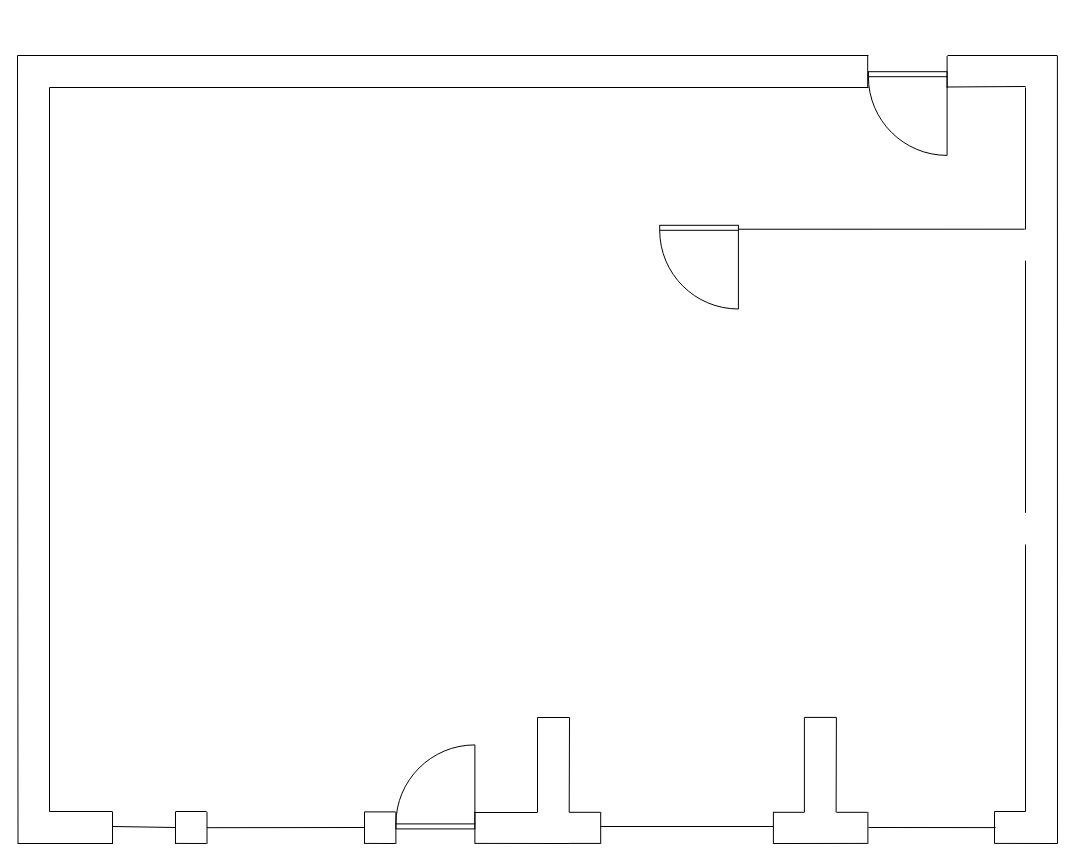
Before: Flat.drawio in Pino-Tortellino/Implementation-Schemes, a draw.io diagram. Source tidied: cells renumbered, new cells numbered last; positions are measured from the earlier drawing's top-left corner, leaving out a move shared by most shapes. Both pictures are drawn from the tidied source at 100%, with x=0, y=0 at pixel (17, 55).
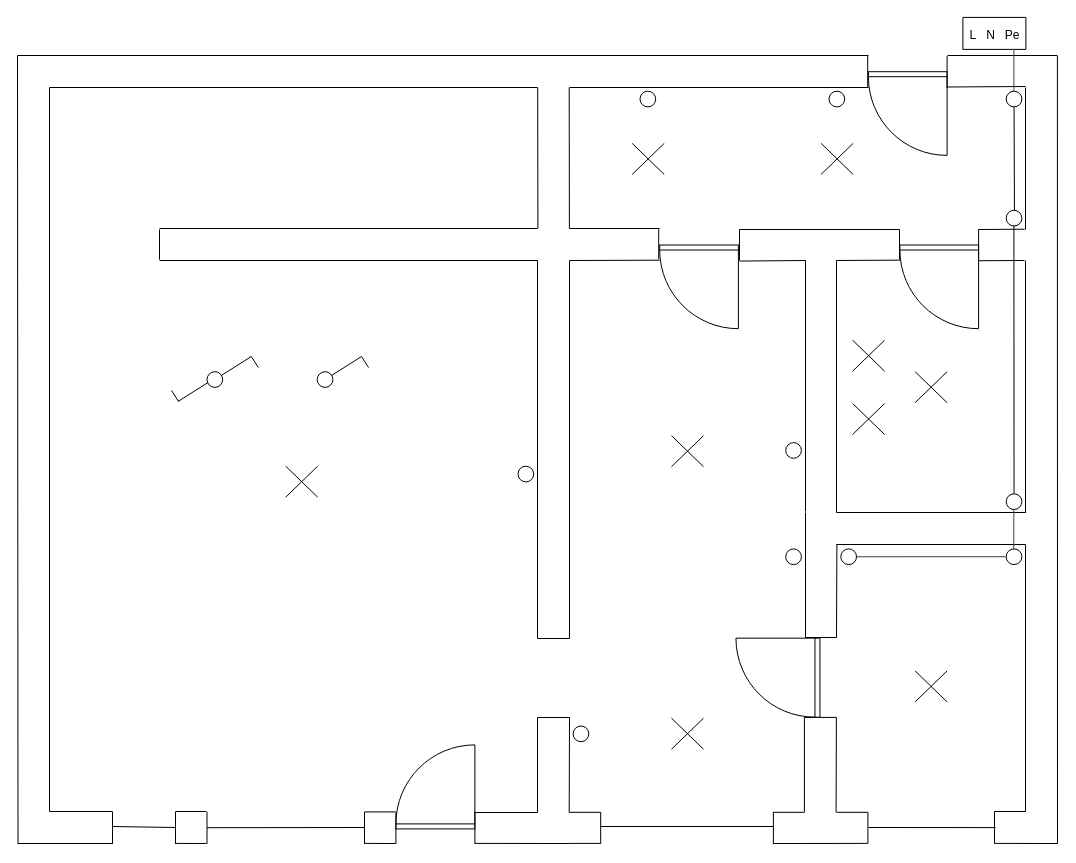
After the change.

The edit, as a diff of the source:
```diff
@@
     <mxCell id="2" style="endArrow=none;html=1;rounded=0;" parent="1" edge="1">
       <mxGeometry relative="1" as="geometry">
         <mxPoint x="851" y="32" as="sourcePoint" />
-        <mxPoint x="32" y="32" as="targetPoint" />
+        <mxPoint x="552" y="32" as="targetPoint" />
       </mxGeometry>
     </mxCell>
@@
-    <mxCell id="43" style="endArrow=none;html=1;rounded=0;exitX=1;exitY=0.047;exitDx=0;exitDy=0;exitPerimeter=0;" parent="1" edge="1" source="44">
-      <mxGeometry relative="1" as="geometry">
-        <mxPoint x="1007.2" y="173.7" as="targetPoint" />
-      </mxGeometry>
-    </mxCell>
     <mxCell id="44" style="verticalLabelPosition=bottom;html=1;verticalAlign=top;align=center;shape=mxgraph.floorplan.doorRight;" parent="1" vertex="1">
-      <mxGeometry x="642.2" y="169.8" width="78.7" height="83.7" as="geometry" />
+      <mxGeometry x="642.2" y="189.5" width="78.7" height="83.7" as="geometry" />
     </mxCell>
@@
+    <mxCell id="53" style="endArrow=none;html=1;rounded=0;exitX=1;exitY=0.047;exitDx=0;exitDy=0;exitPerimeter=0;" parent="1" edge="1">
+      <mxGeometry relative="1" as="geometry">
+        <mxPoint x="722" y="174" as="sourcePoint" />
+        <mxPoint x="882" y="174" as="targetPoint" />
+      </mxGeometry>
+    </mxCell>
+    <mxCell id="54" style="endArrow=none;html=1;rounded=0;" parent="1" edge="1">
+      <mxGeometry relative="1" as="geometry">
+        <mxPoint x="722" y="205" as="sourcePoint" />
+        <mxPoint x="722" y="174" as="targetPoint" />
+      </mxGeometry>
+    </mxCell>
+    <mxCell id="55" style="endArrow=none;html=1;rounded=0;exitX=-0.004;exitY=0.172;exitDx=0;exitDy=0;exitPerimeter=0;" parent="1" edge="1" source="58">
+      <mxGeometry relative="1" as="geometry">
+        <mxPoint x="788" y="457" as="targetPoint" />
+      </mxGeometry>
+    </mxCell>
+    <mxCell id="56" style="endArrow=none;html=1;rounded=0;" parent="1" edge="1">
+      <mxGeometry relative="1" as="geometry">
+        <mxPoint x="819" y="489" as="sourcePoint" />
+        <mxPoint x="1008" y="489" as="targetPoint" />
+      </mxGeometry>
+    </mxCell>
+    <mxCell id="57" style="endArrow=none;html=1;rounded=0;" parent="1" edge="1">
+      <mxGeometry relative="1" as="geometry">
+        <mxPoint x="819" y="582" as="sourcePoint" />
+        <mxPoint x="819.4" y="488.7" as="targetPoint" />
+      </mxGeometry>
+    </mxCell>
+    <mxCell id="58" style="verticalLabelPosition=bottom;html=1;verticalAlign=top;align=center;shape=mxgraph.floorplan.doorLeft;rotation=90;" parent="1" vertex="1">
+      <mxGeometry x="721" y="580.2" width="79" height="83.9" as="geometry" />
+    </mxCell>
+    <mxCell id="59" style="endArrow=none;html=1;rounded=0;" parent="1" edge="1">
+      <mxGeometry relative="1" as="geometry">
+        <mxPoint x="788" y="582" as="sourcePoint" />
+        <mxPoint x="819" y="582" as="targetPoint" />
+      </mxGeometry>
+    </mxCell>
+    <mxCell id="60" style="endArrow=none;html=1;rounded=0;" parent="1" edge="1">
+      <mxGeometry relative="1" as="geometry">
+        <mxPoint x="819" y="457" as="sourcePoint" />
+        <mxPoint x="1008" y="457" as="targetPoint" />
+      </mxGeometry>
+    </mxCell>
+    <mxCell id="61" style="endArrow=none;html=1;rounded=0;" parent="1" edge="1">
+      <mxGeometry relative="1" as="geometry">
+        <mxPoint x="788" y="456" as="sourcePoint" />
+        <mxPoint x="788" y="205" as="targetPoint" />
+      </mxGeometry>
+    </mxCell>
+    <mxCell id="62" style="endArrow=none;html=1;rounded=0;" parent="1" edge="1">
+      <mxGeometry relative="1" as="geometry">
+        <mxPoint x="819" y="457" as="sourcePoint" />
+        <mxPoint x="819" y="205" as="targetPoint" />
+      </mxGeometry>
+    </mxCell>
+    <mxCell id="63" style="endArrow=none;html=1;rounded=0;exitX=1.014;exitY=0.192;exitDx=0;exitDy=0;exitPerimeter=0;" parent="1" edge="1" source="44">
+      <mxGeometry relative="1" as="geometry">
+        <mxPoint x="788" y="205" as="targetPoint" />
+      </mxGeometry>
+    </mxCell>
+    <mxCell id="64" style="endArrow=none;html=1;rounded=0;" parent="1" edge="1">
+      <mxGeometry relative="1" as="geometry">
+        <mxPoint x="961" y="174" as="sourcePoint" />
+        <mxPoint x="1007.2" y="173.7" as="targetPoint" />
+      </mxGeometry>
+    </mxCell>
+    <mxCell id="65" style="verticalLabelPosition=bottom;html=1;verticalAlign=top;align=center;shape=mxgraph.floorplan.doorRight;" parent="1" vertex="1">
+      <mxGeometry x="882.4" y="189.5" width="78.7" height="83.7" as="geometry" />
+    </mxCell>
+    <mxCell id="66" style="endArrow=none;html=1;rounded=0;exitX=1.002;exitY=0.188;exitDx=0;exitDy=0;exitPerimeter=0;" parent="1" edge="1" source="65">
+      <mxGeometry relative="1" as="geometry">
+        <mxPoint x="1007" y="205" as="targetPoint" />
+      </mxGeometry>
+    </mxCell>
+    <mxCell id="67" style="endArrow=none;html=1;rounded=0;entryX=0.004;entryY=0.181;entryDx=0;entryDy=0;entryPerimeter=0;" parent="1" edge="1" target="65">
+      <mxGeometry relative="1" as="geometry">
+        <mxPoint x="819" y="205" as="sourcePoint" />
+      </mxGeometry>
+    </mxCell>
+    <mxCell id="68" style="endArrow=none;html=1;rounded=0;" parent="1" edge="1">
+      <mxGeometry relative="1" as="geometry">
+        <mxPoint x="882" y="204" as="sourcePoint" />
+        <mxPoint x="882" y="174" as="targetPoint" />
+      </mxGeometry>
+    </mxCell>
+    <mxCell id="69" style="endArrow=none;html=1;rounded=0;" parent="1" edge="1">
+      <mxGeometry relative="1" as="geometry">
+        <mxPoint x="961.1" y="203.7" as="sourcePoint" />
+        <mxPoint x="961.1" y="173.7" as="targetPoint" />
+      </mxGeometry>
+    </mxCell>
+    <mxCell id="70" style="endArrow=none;html=1;rounded=0;" parent="1" edge="1">
+      <mxGeometry relative="1" as="geometry">
+        <mxPoint x="520" y="583" as="sourcePoint" />
+        <mxPoint x="520" y="205" as="targetPoint" />
+      </mxGeometry>
+    </mxCell>
+    <mxCell id="71" style="endArrow=none;html=1;rounded=0;" parent="1" edge="1">
+      <mxGeometry relative="1" as="geometry">
+        <mxPoint x="552" y="583" as="sourcePoint" />
+        <mxPoint x="552" y="205" as="targetPoint" />
+      </mxGeometry>
+    </mxCell>
+    <mxCell id="72" style="endArrow=none;html=1;rounded=0;" parent="1" edge="1">
+      <mxGeometry relative="1" as="geometry">
+        <mxPoint x="142" y="205" as="sourcePoint" />
+        <mxPoint x="520" y="205" as="targetPoint" />
+      </mxGeometry>
+    </mxCell>
+    <mxCell id="73" style="endArrow=none;html=1;rounded=0;entryX=0.004;entryY=0.181;entryDx=0;entryDy=0;entryPerimeter=0;" parent="1" edge="1">
+      <mxGeometry relative="1" as="geometry">
+        <mxPoint x="552" y="205" as="sourcePoint" />
+        <mxPoint x="642.2" y="204.7" as="targetPoint" />
+      </mxGeometry>
+    </mxCell>
+    <mxCell id="74" style="endArrow=none;html=1;rounded=0;" parent="1" edge="1">
+      <mxGeometry relative="1" as="geometry">
+        <mxPoint x="641.2" y="203.7" as="sourcePoint" />
+        <mxPoint x="641.2" y="173.7" as="targetPoint" />
+      </mxGeometry>
+    </mxCell>
+    <mxCell id="75" style="endArrow=none;html=1;rounded=0;" parent="1" edge="1">
+      <mxGeometry relative="1" as="geometry">
+        <mxPoint x="520" y="583" as="sourcePoint" />
+        <mxPoint x="552" y="583" as="targetPoint" />
+      </mxGeometry>
+    </mxCell>
+    <mxCell id="76" style="endArrow=none;html=1;rounded=0;" parent="1" edge="1">
+      <mxGeometry relative="1" as="geometry">
+        <mxPoint x="142" y="204" as="sourcePoint" />
+        <mxPoint x="142" y="174" as="targetPoint" />
+      </mxGeometry>
+    </mxCell>
+    <mxCell id="77" style="endArrow=none;html=1;rounded=0;" parent="1" edge="1">
+      <mxGeometry relative="1" as="geometry">
+        <mxPoint x="142" y="173" as="sourcePoint" />
+        <mxPoint x="520" y="173" as="targetPoint" />
+      </mxGeometry>
+    </mxCell>
+    <mxCell id="78" style="endArrow=none;html=1;rounded=0;" parent="1" edge="1">
+      <mxGeometry relative="1" as="geometry">
+        <mxPoint x="551.9" y="173" as="sourcePoint" />
+        <mxPoint x="551.7" y="32" as="targetPoint" />
+      </mxGeometry>
+    </mxCell>
+    <mxCell id="79" style="endArrow=none;html=1;rounded=0;" parent="1" edge="1">
+      <mxGeometry relative="1" as="geometry">
+        <mxPoint x="520.4" y="173" as="sourcePoint" />
+        <mxPoint x="520.2" y="32" as="targetPoint" />
+      </mxGeometry>
+    </mxCell>
+    <mxCell id="80" style="endArrow=none;html=1;rounded=0;" parent="1" edge="1">
+      <mxGeometry relative="1" as="geometry">
+        <mxPoint x="552" y="173" as="sourcePoint" />
+        <mxPoint x="642" y="173" as="targetPoint" />
+      </mxGeometry>
+    </mxCell>
+    <mxCell id="81" style="endArrow=none;html=1;rounded=0;" parent="1" edge="1">
+      <mxGeometry relative="1" as="geometry">
+        <mxPoint x="520" y="32" as="sourcePoint" />
+        <mxPoint x="32" y="32" as="targetPoint" />
+      </mxGeometry>
+    </mxCell>
+    <mxCell id="82" style="endArrow=none;html=1;rounded=0;" parent="1" edge="1">
+      <mxGeometry relative="1" as="geometry">
+        <mxPoint x="945.4" y="-38.1" as="sourcePoint" />
+        <mxPoint x="1008.4" y="-38.1" as="targetPoint" />
+      </mxGeometry>
+    </mxCell>
+    <mxCell id="83" style="endArrow=none;html=1;rounded=0;" parent="1" edge="1">
+      <mxGeometry relative="1" as="geometry">
+        <mxPoint x="945.4" y="-6.1" as="sourcePoint" />
+        <mxPoint x="1008.4" y="-6.1" as="targetPoint" />
+      </mxGeometry>
+    </mxCell>
+    <mxCell id="84" style="endArrow=none;html=1;rounded=0;" parent="1" edge="1">
+      <mxGeometry relative="1" as="geometry">
+        <mxPoint x="945.4" y="-6.1" as="sourcePoint" />
+        <mxPoint x="945.4" y="-38.1" as="targetPoint" />
+      </mxGeometry>
+    </mxCell>
+    <mxCell id="85" style="endArrow=none;html=1;rounded=0;" parent="1" edge="1">
+      <mxGeometry relative="1" as="geometry">
+        <mxPoint x="1008.4" y="-6.1" as="sourcePoint" />
+        <mxPoint x="1008.4" y="-38.1" as="targetPoint" />
+      </mxGeometry>
+    </mxCell>
+    <mxCell id="86" value="L&amp;nbsp; &amp;nbsp;N&amp;nbsp; &amp;nbsp;Pe" style="text;html=1;align=center;verticalAlign=middle;strokeColor=none;fillColor=none;" parent="1" vertex="1">
+      <mxGeometry x="941.2" y="-34.2" width="70.9" height="27.6" as="geometry" />
+    </mxCell>
+    <mxCell id="87" style="endArrow=none;html=1;rounded=0;fillColor=#647687;strokeColor=#314354;" parent="1" edge="1">
+      <mxGeometry relative="1" as="geometry">
+        <mxPoint x="996.4" y="40.4" as="sourcePoint" />
+        <mxPoint x="996.4" y="-6.6" as="targetPoint" />
+      </mxGeometry>
+    </mxCell>
+    <mxCell id="88" style="ellipse;whiteSpace=wrap;html=1;" parent="1" vertex="1">
+      <mxGeometry x="988.7" y="35.7" width="15.7" height="15.7" as="geometry" />
+    </mxCell>
+    <mxCell id="89" style="endArrow=none;html=1;rounded=0;entryX=0.5;entryY=1;entryDx=0;entryDy=0;" parent="1" edge="1" target="88">
+      <mxGeometry relative="1" as="geometry">
+        <mxPoint x="997" y="167" as="sourcePoint" />
+      </mxGeometry>
+    </mxCell>
+    <mxCell id="90" style="ellipse;whiteSpace=wrap;html=1;" parent="1" vertex="1">
+      <mxGeometry x="988.7" y="154.8" width="15.7" height="15.7" as="geometry" />
+    </mxCell>
+    <mxCell id="91" style="endArrow=none;html=1;rounded=0;" parent="1" edge="1" source="93">
+      <mxGeometry relative="1" as="geometry">
+        <mxPoint x="996.4" y="170.5" as="targetPoint" />
+      </mxGeometry>
+    </mxCell>
+    <mxCell id="92" style="endArrow=none;html=1;rounded=0;" parent="1" edge="1" target="93">
+      <mxGeometry relative="1" as="geometry">
+        <mxPoint x="996" y="446" as="sourcePoint" />
+      </mxGeometry>
+    </mxCell>
+    <mxCell id="93" style="ellipse;whiteSpace=wrap;html=1;" parent="1" vertex="1">
+      <mxGeometry x="988.7" y="438.3" width="15.7" height="15.7" as="geometry" />
+    </mxCell>
+    <mxCell id="94" style="endArrow=none;html=1;rounded=0;fillColor=#647687;strokeColor=#314354;" parent="1" edge="1">
+      <mxGeometry relative="1" as="geometry">
+        <mxPoint x="996.3" y="501" as="sourcePoint" />
+        <mxPoint x="996.3" y="454" as="targetPoint" />
+      </mxGeometry>
+    </mxCell>
+    <mxCell id="95" style="ellipse;whiteSpace=wrap;html=1;" parent="1" vertex="1">
+      <mxGeometry x="988.7" y="493.4" width="15.7" height="15.7" as="geometry" />
+    </mxCell>
+    <mxCell id="96" style="endArrow=none;html=1;rounded=0;fillColor=#647687;strokeColor=#314354;" parent="1" edge="1" source="98">
+      <mxGeometry relative="1" as="geometry">
+        <mxPoint x="988.1" y="501.2" as="targetPoint" />
+      </mxGeometry>
+    </mxCell>
+    <mxCell id="97" style="endArrow=none;html=1;rounded=0;fillColor=#647687;strokeColor=#314354;" parent="1" edge="1" target="98">
+      <mxGeometry relative="1" as="geometry">
+        <mxPoint x="827" y="501" as="sourcePoint" />
+      </mxGeometry>
+    </mxCell>
+    <mxCell id="98" style="ellipse;whiteSpace=wrap;html=1;" parent="1" vertex="1">
+      <mxGeometry x="823.3" y="493.4" width="15.7" height="15.7" as="geometry" />
+    </mxCell>
+    <mxCell id="99" style="endArrow=none;html=1;rounded=0;" parent="1" edge="1">
+      <mxGeometry relative="1" as="geometry">
+        <mxPoint x="897.6" y="646.4" as="sourcePoint" />
+        <mxPoint x="929.6" y="615.4" as="targetPoint" />
+      </mxGeometry>
+    </mxCell>
+    <mxCell id="100" style="endArrow=none;html=1;rounded=0;" parent="1" edge="1">
+      <mxGeometry relative="1" as="geometry">
+        <mxPoint x="897.6" y="615.4" as="sourcePoint" />
+        <mxPoint x="929.6" y="646.4" as="targetPoint" />
+      </mxGeometry>
+    </mxCell>
+    <mxCell id="101" style="endArrow=none;html=1;rounded=0;" parent="1" edge="1">
+      <mxGeometry relative="1" as="geometry">
+        <mxPoint x="897.6" y="347.2" as="sourcePoint" />
+        <mxPoint x="929.6" y="316.2" as="targetPoint" />
+      </mxGeometry>
+    </mxCell>
+    <mxCell id="102" style="endArrow=none;html=1;rounded=0;" parent="1" edge="1">
+      <mxGeometry relative="1" as="geometry">
+        <mxPoint x="897.6" y="316.2" as="sourcePoint" />
+        <mxPoint x="929.6" y="347.2" as="targetPoint" />
+      </mxGeometry>
+    </mxCell>
+    <mxCell id="103" style="endArrow=none;html=1;rounded=0;" parent="1" edge="1">
+      <mxGeometry relative="1" as="geometry">
+        <mxPoint x="835.1" y="315.7" as="sourcePoint" />
+        <mxPoint x="867.1" y="284.7" as="targetPoint" />
+      </mxGeometry>
+    </mxCell>
+    <mxCell id="104" style="endArrow=none;html=1;rounded=0;" parent="1" edge="1">
+      <mxGeometry relative="1" as="geometry">
+        <mxPoint x="835.1" y="284.7" as="sourcePoint" />
+        <mxPoint x="867.1" y="315.7" as="targetPoint" />
+      </mxGeometry>
+    </mxCell>
+    <mxCell id="105" style="endArrow=none;html=1;rounded=0;" parent="1" edge="1">
+      <mxGeometry relative="1" as="geometry">
+        <mxPoint x="835.1" y="379" as="sourcePoint" />
+        <mxPoint x="867.1" y="348" as="targetPoint" />
+      </mxGeometry>
+    </mxCell>
+    <mxCell id="106" style="endArrow=none;html=1;rounded=0;" parent="1" edge="1">
+      <mxGeometry relative="1" as="geometry">
+        <mxPoint x="835.1" y="348" as="sourcePoint" />
+        <mxPoint x="867.1" y="379" as="targetPoint" />
+      </mxGeometry>
+    </mxCell>
+    <mxCell id="107" style="endArrow=none;html=1;rounded=0;" parent="1" edge="1">
+      <mxGeometry relative="1" as="geometry">
+        <mxPoint x="654" y="693.7" as="sourcePoint" />
+        <mxPoint x="686" y="662.7" as="targetPoint" />
+      </mxGeometry>
+    </mxCell>
+    <mxCell id="108" style="endArrow=none;html=1;rounded=0;" parent="1" edge="1">
+      <mxGeometry relative="1" as="geometry">
+        <mxPoint x="654" y="662.7" as="sourcePoint" />
+        <mxPoint x="686" y="693.7" as="targetPoint" />
+      </mxGeometry>
+    </mxCell>
+    <mxCell id="109" style="endArrow=none;html=1;rounded=0;" parent="1" edge="1">
+      <mxGeometry relative="1" as="geometry">
+        <mxPoint x="654" y="411.2" as="sourcePoint" />
+        <mxPoint x="686" y="380.2" as="targetPoint" />
+      </mxGeometry>
+    </mxCell>
+    <mxCell id="110" style="endArrow=none;html=1;rounded=0;" parent="1" edge="1">
+      <mxGeometry relative="1" as="geometry">
+        <mxPoint x="654" y="380.2" as="sourcePoint" />
+        <mxPoint x="686" y="411.2" as="targetPoint" />
+      </mxGeometry>
+    </mxCell>
+    <mxCell id="111" style="endArrow=none;html=1;rounded=0;" parent="1" edge="1">
+      <mxGeometry relative="1" as="geometry">
+        <mxPoint x="268.2" y="441.7" as="sourcePoint" />
+        <mxPoint x="300.2" y="410.7" as="targetPoint" />
+      </mxGeometry>
+    </mxCell>
+    <mxCell id="112" style="endArrow=none;html=1;rounded=0;" parent="1" edge="1">
+      <mxGeometry relative="1" as="geometry">
+        <mxPoint x="268.2" y="410.7" as="sourcePoint" />
+        <mxPoint x="300.2" y="441.7" as="targetPoint" />
+      </mxGeometry>
+    </mxCell>
+    <mxCell id="113" style="endArrow=none;html=1;rounded=0;" parent="1" edge="1">
+      <mxGeometry relative="1" as="geometry">
+        <mxPoint x="614.7" y="118.9" as="sourcePoint" />
+        <mxPoint x="646.7" y="87.9" as="targetPoint" />
+      </mxGeometry>
+    </mxCell>
+    <mxCell id="114" style="endArrow=none;html=1;rounded=0;" parent="1" edge="1">
+      <mxGeometry relative="1" as="geometry">
+        <mxPoint x="614.7" y="87.9" as="sourcePoint" />
+        <mxPoint x="646.7" y="118.9" as="targetPoint" />
+      </mxGeometry>
+    </mxCell>
+    <mxCell id="115" style="endArrow=none;html=1;rounded=0;" parent="1" edge="1">
+      <mxGeometry relative="1" as="geometry">
+        <mxPoint x="803.6" y="118.9" as="sourcePoint" />
+        <mxPoint x="835.6" y="87.9" as="targetPoint" />
+      </mxGeometry>
+    </mxCell>
+    <mxCell id="116" style="endArrow=none;html=1;rounded=0;" parent="1" edge="1">
+      <mxGeometry relative="1" as="geometry">
+        <mxPoint x="803.6" y="87.9" as="sourcePoint" />
+        <mxPoint x="835.6" y="118.9" as="targetPoint" />
+      </mxGeometry>
+    </mxCell>
+    <mxCell id="117" style="ellipse;whiteSpace=wrap;html=1;" parent="1" vertex="1">
+      <mxGeometry x="811.5" y="35.7" width="15.7" height="15.7" as="geometry" />
+    </mxCell>
+    <mxCell id="118" style="ellipse;whiteSpace=wrap;html=1;" parent="1" vertex="1">
+      <mxGeometry x="622.5" y="35.7" width="15.7" height="15.7" as="geometry" />
+    </mxCell>
+    <mxCell id="119" style="ellipse;whiteSpace=wrap;html=1;" parent="1" vertex="1">
+      <mxGeometry x="768.2" y="493.4" width="15.7" height="15.7" as="geometry" />
+    </mxCell>
+    <mxCell id="120" style="ellipse;whiteSpace=wrap;html=1;" parent="1" vertex="1">
+      <mxGeometry x="500.5" y="410.7" width="15.7" height="15.7" as="geometry" />
+    </mxCell>
+    <mxCell id="121" style="ellipse;whiteSpace=wrap;html=1;" parent="1" vertex="1">
+      <mxGeometry x="768.2" y="387.1" width="15.7" height="15.7" as="geometry" />
+    </mxCell>
+    <mxCell id="122" style="ellipse;whiteSpace=wrap;html=1;" parent="1" vertex="1">
+      <mxGeometry x="555.6" y="670.5" width="15.7" height="15.7" as="geometry" />
+    </mxCell>
+    <mxCell id="123" style="ellipse;whiteSpace=wrap;html=1;" parent="1" vertex="1">
+      <mxGeometry x="299.7" y="316.2" width="15.7" height="15.7" as="geometry" />
+    </mxCell>
+    <mxCell id="124" style="endArrow=none;html=1;rounded=0;" parent="1" edge="1">
+      <mxGeometry relative="1" as="geometry">
+        <mxPoint x="314" y="320" as="sourcePoint" />
+        <mxPoint x="344" y="301" as="targetPoint" />
+      </mxGeometry>
+    </mxCell>
+    <mxCell id="125" style="endArrow=none;html=1;rounded=0;" parent="1" edge="1">
+      <mxGeometry relative="1" as="geometry">
+        <mxPoint x="351" y="312" as="sourcePoint" />
+        <mxPoint x="344" y="301" as="targetPoint" />
+      </mxGeometry>
+    </mxCell>
+    <mxCell id="126" style="ellipse;whiteSpace=wrap;html=1;" parent="1" vertex="1">
+      <mxGeometry x="189.5" y="316.2" width="15.7" height="15.7" as="geometry" />
+    </mxCell>
+    <mxCell id="127" style="endArrow=none;html=1;rounded=0;" parent="1" edge="1">
+      <mxGeometry relative="1" as="geometry">
+        <mxPoint x="203.8" y="320" as="sourcePoint" />
+        <mxPoint x="233.8" y="301" as="targetPoint" />
+      </mxGeometry>
+    </mxCell>
+    <mxCell id="128" style="endArrow=none;html=1;rounded=0;" parent="1" edge="1">
+      <mxGeometry relative="1" as="geometry">
+        <mxPoint x="240.8" y="312" as="sourcePoint" />
+        <mxPoint x="233.8" y="301" as="targetPoint" />
+      </mxGeometry>
+    </mxCell>
+    <mxCell id="129" style="endArrow=none;html=1;rounded=0;" parent="1" edge="1">
+      <mxGeometry relative="1" as="geometry">
+        <mxPoint x="160.5" y="346" as="sourcePoint" />
+        <mxPoint x="190.5" y="327" as="targetPoint" />
+      </mxGeometry>
+    </mxCell>
+    <mxCell id="130" style="endArrow=none;html=1;rounded=0;" parent="1" edge="1">
+      <mxGeometry relative="1" as="geometry">
+        <mxPoint x="161" y="345.9" as="sourcePoint" />
+        <mxPoint x="154" y="334.9" as="targetPoint" />
+      </mxGeometry>
+    </mxCell>
```
